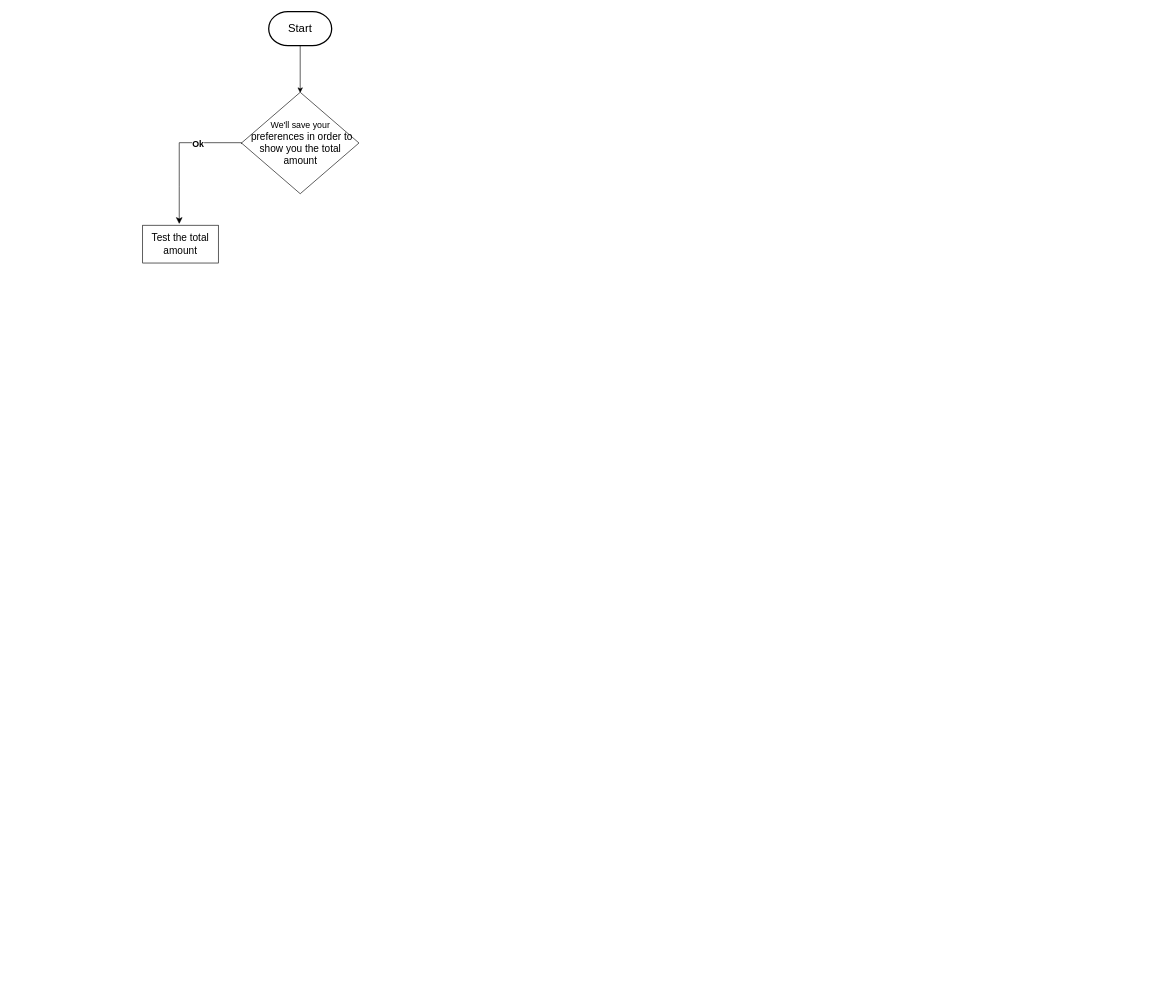
The draw.io diagram DIAGRAMMING & FLOWCHARTING/Transaction Completion Process.drawio in Xhevahir2002/Personal_Projects, before the edit. Source tidied: cells renumbered, new cells numbered last; positions are measured from the earlier drawing's top-left corner, leaving out a move shared by most shapes. Both pictures are drawn from the tidied source at 63%, with x=0, y=0 at pixel (142, 11).
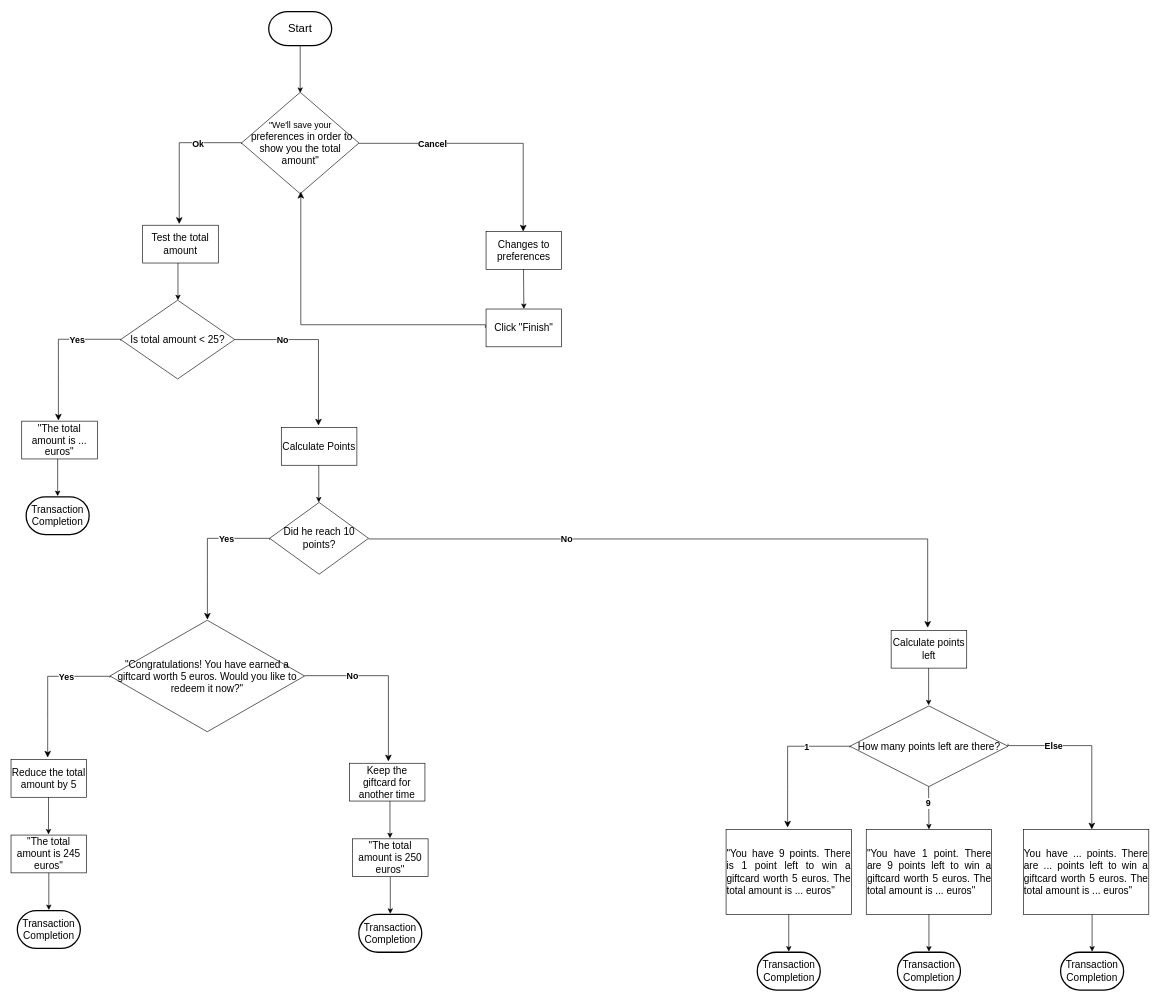
The same page after the edit.

Change to the diagram source:
```diff
@@
-    <mxCell id="6" value="&lt;font style=&quot;font-size: 14px;&quot;&gt;We'll save your&lt;/font&gt;&lt;div&gt;&lt;font size=&quot;3&quot;&gt;&amp;nbsp;preferences in order to show you the total amount&lt;/font&gt;&lt;/div&gt;" style="rhombus;whiteSpace=wrap;html=1;" parent="1" vertex="1">
+    <mxCell id="6" value="&lt;font style=&quot;font-size: 14px;&quot;&gt;&quot;We'll save your&lt;/font&gt;&lt;div&gt;&lt;font size=&quot;3&quot;&gt;&amp;nbsp;preferences in order to show you the total amount&quot;&lt;/font&gt;&lt;/div&gt;" style="rhombus;whiteSpace=wrap;html=1;" parent="1" vertex="1">
       <mxGeometry x="156.8" y="128" width="186.5" height="161" as="geometry" />
     </mxCell>
@@
+    <mxCell id="10" style="endArrow=classic;html=1;rounded=0;" parent="1" edge="1">
+      <mxGeometry relative="1" as="geometry">
+        <mxPoint x="56" y="399" as="sourcePoint" />
+        <mxPoint x="56" y="458" as="targetPoint" />
+      </mxGeometry>
+    </mxCell>
+    <mxCell id="11" value="&lt;font size=&quot;3&quot;&gt;Is total amount &amp;lt; 25?&lt;/font&gt;" style="rhombus;whiteSpace=wrap;html=1;align=center;" parent="1" vertex="1">
+      <mxGeometry x="-35" y="458" width="181" height="125" as="geometry" />
+    </mxCell>
+    <mxCell id="12" style="edgeStyle=segmentEdgeStyle;endArrow=classic;html=1;curved=0;rounded=0;endSize=8;startSize=8;" parent="1" edge="1">
+      <mxGeometry relative="1" as="geometry">
+        <mxPoint x="-35.1" y="522" as="sourcePoint" />
+        <mxPoint x="-133.8" y="649" as="targetPoint" />
+        <Array as="points">
+          <mxPoint x="-34.8" y="520" />
+          <mxPoint x="-133.8" y="520" />
+          <mxPoint x="-133.8" y="589" />
+        </Array>
+      </mxGeometry>
+    </mxCell>
+    <mxCell id="13" value="&lt;font style=&quot;font-size: 14px;&quot;&gt;&lt;b&gt;Yes&lt;/b&gt;&lt;/font&gt;" style="edgeLabel;html=1;align=center;verticalAlign=middle;" parent="12" vertex="1">
+      <mxGeometry x="-0.37" y="-3" relative="1" as="geometry">
+        <mxPoint x="1" y="4" as="offset" />
+      </mxGeometry>
+    </mxCell>
+    <mxCell id="14" value="&lt;div style=&quot;&quot;&gt;&lt;span style=&quot;font-size: medium; background-color: initial;&quot;&gt;&quot;The total amount is ... euros&quot;&lt;/span&gt;&lt;/div&gt;" style="rounded=0;whiteSpace=wrap;html=1;align=center;" parent="1" vertex="1">
+      <mxGeometry x="-192" y="650" width="120" height="60" as="geometry" />
+    </mxCell>
+    <mxCell id="15" style="edgeStyle=segmentEdgeStyle;endArrow=classic;html=1;curved=0;rounded=0;endSize=8;startSize=8;exitX=1;exitY=0.5;exitDx=0;exitDy=0;" parent="1" edge="1" source="11">
+      <mxGeometry relative="1" as="geometry">
+        <mxPoint x="279" y="657" as="targetPoint" />
+        <Array as="points">
+          <mxPoint x="279" y="521" />
+          <mxPoint x="279" y="657" />
+        </Array>
+      </mxGeometry>
+    </mxCell>
+    <mxCell id="16" value="&lt;font style=&quot;font-size: 14px;&quot;&gt;&lt;b&gt;No&lt;/b&gt;&lt;/font&gt;" style="edgeLabel;html=1;align=center;verticalAlign=middle;" parent="15" vertex="1">
+      <mxGeometry x="-0.37" y="-3" relative="1" as="geometry">
+        <mxPoint x="-10" y="-3" as="offset" />
+      </mxGeometry>
+    </mxCell>
+    <mxCell id="17" value="&lt;font size=&quot;3&quot;&gt;Calculate Points&lt;/font&gt;" style="rounded=0;whiteSpace=wrap;html=1;" parent="1" vertex="1">
+      <mxGeometry x="220" y="660" width="120" height="60" as="geometry" />
+    </mxCell>
+    <mxCell id="18" style="endArrow=classic;html=1;rounded=0;" parent="1" edge="1">
+      <mxGeometry relative="1" as="geometry">
+        <mxPoint x="279.5" y="720" as="sourcePoint" />
+        <mxPoint x="279.5" y="779" as="targetPoint" />
+      </mxGeometry>
+    </mxCell>
+    <mxCell id="19" value="&lt;font size=&quot;3&quot;&gt;Did he reach 10 points?&lt;/font&gt;" style="rhombus;whiteSpace=wrap;html=1;" parent="1" vertex="1">
+      <mxGeometry x="201.5" y="779" width="157" height="114" as="geometry" />
+    </mxCell>
+    <mxCell id="20" style="endArrow=classic;html=1;rounded=0;" parent="1" edge="1">
+      <mxGeometry relative="1" as="geometry">
+        <mxPoint x="-135" y="710" as="sourcePoint" />
+        <mxPoint x="-135" y="769" as="targetPoint" />
+      </mxGeometry>
+    </mxCell>
+    <mxCell id="21" value="&lt;font size=&quot;3&quot;&gt;Transaction Completion&lt;/font&gt;" style="strokeWidth=2;html=1;shape=mxgraph.flowchart.terminator;whiteSpace=wrap;" parent="1" vertex="1">
+      <mxGeometry x="-185" y="770" width="100" height="60" as="geometry" />
+    </mxCell>
+    <mxCell id="22" style="edgeStyle=segmentEdgeStyle;endArrow=classic;html=1;curved=0;rounded=0;endSize=8;startSize=8;" parent="1" edge="1">
+      <mxGeometry relative="1" as="geometry">
+        <mxPoint x="201.4" y="838" as="sourcePoint" />
+        <mxPoint x="102.7" y="965" as="targetPoint" />
+        <Array as="points">
+          <mxPoint x="201.7" y="836" />
+          <mxPoint x="102.7" y="836" />
+          <mxPoint x="102.7" y="905" />
+        </Array>
+      </mxGeometry>
+    </mxCell>
+    <mxCell id="23" value="&lt;font style=&quot;font-size: 14px;&quot;&gt;&lt;b&gt;Yes&lt;/b&gt;&lt;/font&gt;" style="edgeLabel;html=1;align=center;verticalAlign=middle;" parent="22" vertex="1">
+      <mxGeometry x="-0.37" y="-3" relative="1" as="geometry">
+        <mxPoint x="1" y="4" as="offset" />
+      </mxGeometry>
+    </mxCell>
+    <mxCell id="24" value="&lt;font size=&quot;3&quot;&gt;&quot;Congratulations! You have earned a giftcard worth 5 euros. Would you like to redeem it now?&quot;&lt;/font&gt;" style="rhombus;whiteSpace=wrap;html=1;align=center;" parent="1" vertex="1">
+      <mxGeometry x="-52" y="966" width="309" height="177" as="geometry" />
+    </mxCell>
+    <mxCell id="25" style="edgeStyle=segmentEdgeStyle;endArrow=classic;html=1;curved=0;rounded=0;endSize=8;startSize=8;" parent="1" edge="1">
+      <mxGeometry relative="1" as="geometry">
+        <mxPoint x="-52.1" y="1057" as="sourcePoint" />
+        <mxPoint x="-150.8" y="1184" as="targetPoint" />
+        <Array as="points">
+          <mxPoint x="-51.8" y="1055" />
+          <mxPoint x="-150.8" y="1055" />
+          <mxPoint x="-150.8" y="1124" />
+        </Array>
+      </mxGeometry>
+    </mxCell>
+    <mxCell id="26" value="&lt;font style=&quot;font-size: 14px;&quot;&gt;&lt;b&gt;Yes&lt;/b&gt;&lt;/font&gt;" style="edgeLabel;html=1;align=center;verticalAlign=middle;" parent="25" vertex="1">
+      <mxGeometry x="-0.37" y="-3" relative="1" as="geometry">
+        <mxPoint x="1" y="4" as="offset" />
+      </mxGeometry>
+    </mxCell>
+    <mxCell id="27" value="&lt;font size=&quot;3&quot;&gt;Reduce the total amount by 5&lt;/font&gt;" style="rounded=0;whiteSpace=wrap;html=1;" parent="1" vertex="1">
+      <mxGeometry x="-209" y="1187" width="120" height="60" as="geometry" />
+    </mxCell>
+    <mxCell id="28" style="endArrow=classic;html=1;rounded=0;" parent="1" edge="1">
+      <mxGeometry relative="1" as="geometry">
+        <mxPoint x="-149.5" y="1247" as="sourcePoint" />
+        <mxPoint x="-149.5" y="1306" as="targetPoint" />
+      </mxGeometry>
+    </mxCell>
+    <mxCell id="29" value="&lt;div style=&quot;&quot;&gt;&lt;span style=&quot;font-size: medium; background-color: initial;&quot;&gt;&quot;The total amount is 245 euros&quot;&lt;/span&gt;&lt;/div&gt;" style="rounded=0;whiteSpace=wrap;html=1;align=center;" parent="1" vertex="1">
+      <mxGeometry x="-209" y="1307" width="120" height="60" as="geometry" />
+    </mxCell>
+    <mxCell id="30" style="endArrow=classic;html=1;rounded=0;" parent="1" edge="1">
+      <mxGeometry relative="1" as="geometry">
+        <mxPoint x="-149" y="1367" as="sourcePoint" />
+        <mxPoint x="-149" y="1426" as="targetPoint" />
+      </mxGeometry>
+    </mxCell>
+    <mxCell id="31" value="&lt;font size=&quot;3&quot;&gt;Transaction Completion&lt;/font&gt;" style="strokeWidth=2;html=1;shape=mxgraph.flowchart.terminator;whiteSpace=wrap;" parent="1" vertex="1">
+      <mxGeometry x="-199" y="1427" width="100" height="60" as="geometry" />
+    </mxCell>
+    <mxCell id="32" style="edgeStyle=segmentEdgeStyle;endArrow=classic;html=1;curved=0;rounded=0;endSize=8;startSize=8;exitX=1;exitY=0.5;exitDx=0;exitDy=0;" parent="1" edge="1">
+      <mxGeometry relative="1" as="geometry">
+        <mxPoint x="257" y="1054" as="sourcePoint" />
+        <mxPoint x="390" y="1190" as="targetPoint" />
+        <Array as="points">
+          <mxPoint x="390" y="1054" />
+          <mxPoint x="390" y="1190" />
+        </Array>
+      </mxGeometry>
+    </mxCell>
+    <mxCell id="33" value="&lt;font style=&quot;font-size: 14px;&quot;&gt;&lt;b&gt;No&lt;/b&gt;&lt;/font&gt;" style="edgeLabel;html=1;align=center;verticalAlign=middle;" parent="32" vertex="1">
+      <mxGeometry x="-0.37" y="-3" relative="1" as="geometry">
+        <mxPoint x="-10" y="-3" as="offset" />
+      </mxGeometry>
+    </mxCell>
+    <mxCell id="34" value="&lt;font size=&quot;3&quot;&gt;Keep the giftcard for another time&lt;/font&gt;" style="rounded=0;whiteSpace=wrap;html=1;" parent="1" vertex="1">
+      <mxGeometry x="328" y="1193" width="120" height="60" as="geometry" />
+    </mxCell>
+    <mxCell id="35" value="&lt;font size=&quot;3&quot;&gt;Transaction Completion&lt;/font&gt;" style="strokeWidth=2;html=1;shape=mxgraph.flowchart.terminator;whiteSpace=wrap;" parent="1" vertex="1">
+      <mxGeometry x="343" y="1433" width="100" height="60" as="geometry" />
+    </mxCell>
+    <mxCell id="36" style="endArrow=classic;html=1;rounded=0;" parent="1" edge="1">
+      <mxGeometry relative="1" as="geometry">
+        <mxPoint x="393" y="1373" as="sourcePoint" />
+        <mxPoint x="393" y="1432" as="targetPoint" />
+      </mxGeometry>
+    </mxCell>
+    <mxCell id="37" value="&lt;div style=&quot;&quot;&gt;&lt;span style=&quot;font-size: medium; background-color: initial;&quot;&gt;&quot;The total amount is 250 euros&quot;&lt;/span&gt;&lt;/div&gt;" style="rounded=0;whiteSpace=wrap;html=1;align=center;" parent="1" vertex="1">
+      <mxGeometry x="333" y="1313" width="120" height="60" as="geometry" />
+    </mxCell>
+    <mxCell id="38" style="endArrow=classic;html=1;rounded=0;" parent="1" edge="1">
+      <mxGeometry relative="1" as="geometry">
+        <mxPoint x="392.5" y="1253" as="sourcePoint" />
+        <mxPoint x="392.5" y="1312" as="targetPoint" />
+      </mxGeometry>
+    </mxCell>
+    <mxCell id="39" style="edgeStyle=segmentEdgeStyle;endArrow=classic;html=1;curved=0;rounded=0;endSize=8;startSize=8;exitX=1;exitY=0.5;exitDx=0;exitDy=0;" parent="1" edge="1">
+      <mxGeometry relative="1" as="geometry">
+        <mxPoint x="358.5" y="837" as="sourcePoint" />
+        <mxPoint x="1246" y="978" as="targetPoint" />
+        <Array as="points">
+          <mxPoint x="1246" y="837" />
+          <mxPoint x="1246" y="973" />
+        </Array>
+      </mxGeometry>
+    </mxCell>
+    <mxCell id="40" value="&lt;font style=&quot;font-size: 14px;&quot;&gt;&lt;b&gt;No&lt;/b&gt;&lt;/font&gt;" style="edgeLabel;html=1;align=center;verticalAlign=middle;" parent="39" vertex="1">
+      <mxGeometry x="-0.37" y="-3" relative="1" as="geometry">
+        <mxPoint x="-10" y="-3" as="offset" />
+      </mxGeometry>
+    </mxCell>
+    <mxCell id="41" value="&lt;font size=&quot;3&quot;&gt;Calculate points left&lt;/font&gt;" style="rounded=0;whiteSpace=wrap;html=1;" parent="1" vertex="1">
+      <mxGeometry x="1188" y="982" width="120" height="60" as="geometry" />
+    </mxCell>
+    <mxCell id="42" style="endArrow=classic;html=1;rounded=0;" parent="1" edge="1">
+      <mxGeometry relative="1" as="geometry">
+        <mxPoint x="1247.5" y="1042" as="sourcePoint" />
+        <mxPoint x="1247.5" y="1101" as="targetPoint" />
+      </mxGeometry>
+    </mxCell>
+    <mxCell id="43" value="&lt;font size=&quot;3&quot;&gt;How many points left are there?&lt;/font&gt;" style="rhombus;whiteSpace=wrap;html=1;" parent="1" vertex="1">
+      <mxGeometry x="1122.5" y="1102" width="251" height="128" as="geometry" />
+    </mxCell>
+    <mxCell id="44" style="edgeStyle=segmentEdgeStyle;endArrow=classic;html=1;curved=0;rounded=0;endSize=8;startSize=8;" parent="1" edge="1">
+      <mxGeometry relative="1" as="geometry">
+        <mxPoint x="1122.5" y="1168" as="sourcePoint" />
+        <mxPoint x="1023.7" y="1295" as="targetPoint" />
+        <Array as="points">
+          <mxPoint x="1122.7" y="1166" />
+          <mxPoint x="1023.7" y="1166" />
+          <mxPoint x="1023.7" y="1235" />
+        </Array>
+      </mxGeometry>
+    </mxCell>
+    <mxCell id="45" value="&lt;font style=&quot;font-size: 14px;&quot;&gt;&lt;b&gt;1&lt;/b&gt;&lt;/font&gt;" style="edgeLabel;html=1;align=center;verticalAlign=middle;" parent="44" vertex="1">
+      <mxGeometry x="-0.37" y="-3" relative="1" as="geometry">
+        <mxPoint x="1" y="4" as="offset" />
+      </mxGeometry>
+    </mxCell>
+    <mxCell id="46" value="&lt;div style=&quot;text-align: justify;&quot;&gt;&lt;span style=&quot;font-size: medium; background-color: initial;&quot;&gt;&quot;You have 9 points. There is 1 point left to win a giftcard worth 5 euros. The total amount is ... euros&quot;&lt;/span&gt;&lt;/div&gt;" style="rounded=0;whiteSpace=wrap;html=1;" parent="1" vertex="1">
+      <mxGeometry x="926" y="1298" width="199" height="135" as="geometry" />
+    </mxCell>
+    <mxCell id="47" style="endArrow=classic;html=1;rounded=0;entryX=0.5;entryY=0;entryDx=0;entryDy=0;" parent="1" edge="1" target="49">
+      <mxGeometry relative="1" as="geometry">
+        <mxPoint x="1247.5" y="1230" as="sourcePoint" />
+      </mxGeometry>
+    </mxCell>
+    <mxCell id="48" value="&lt;font style=&quot;font-size: 14px;&quot;&gt;&lt;b&gt;9&lt;/b&gt;&lt;/font&gt;" style="edgeLabel;html=1;align=center;verticalAlign=middle;" parent="47" vertex="1">
+      <mxGeometry x="-0.31" y="-3" relative="1" as="geometry">
+        <mxPoint x="2" y="3" as="offset" />
+      </mxGeometry>
+    </mxCell>
+    <mxCell id="49" value="&lt;div style=&quot;text-align: justify;&quot;&gt;&lt;font size=&quot;3&quot;&gt;&quot;You have 1 point. There are 9 points left to win a giftcard worth 5 euros. The total amount is ... euros&quot;&lt;/font&gt;&lt;br&gt;&lt;/div&gt;" style="rounded=0;whiteSpace=wrap;html=1;" parent="1" vertex="1">
+      <mxGeometry x="1148.5" y="1298" width="199" height="135" as="geometry" />
+    </mxCell>
+    <mxCell id="50" style="edgeStyle=segmentEdgeStyle;endArrow=classic;html=1;curved=0;rounded=0;endSize=8;startSize=8;exitX=1;exitY=0.5;exitDx=0;exitDy=0;" parent="1" edge="1">
+      <mxGeometry relative="1" as="geometry">
+        <mxPoint x="1373.5" y="1162" as="sourcePoint" />
+        <mxPoint x="1506.5" y="1298" as="targetPoint" />
+        <Array as="points">
+          <mxPoint x="1374" y="1165" />
+          <mxPoint x="1507" y="1165" />
+        </Array>
+      </mxGeometry>
+    </mxCell>
+    <mxCell id="51" value="&lt;font style=&quot;font-size: 14px;&quot;&gt;&lt;b&gt;Else&lt;/b&gt;&lt;/font&gt;" style="edgeLabel;html=1;align=center;verticalAlign=middle;" parent="50" vertex="1">
+      <mxGeometry x="-0.37" y="-3" relative="1" as="geometry">
+        <mxPoint x="-10" y="-3" as="offset" />
+      </mxGeometry>
+    </mxCell>
+    <mxCell id="52" value="&lt;div style=&quot;text-align: justify;&quot;&gt;&lt;font size=&quot;3&quot;&gt;You have ... points. There are ... points left to win a giftcard worth 5 euros. The total amount is ... euros&quot;&lt;/font&gt;&lt;br&gt;&lt;/div&gt;" style="rounded=0;whiteSpace=wrap;html=1;" parent="1" vertex="1">
+      <mxGeometry x="1398" y="1298" width="199" height="135" as="geometry" />
+    </mxCell>
+    <mxCell id="53" style="endArrow=classic;html=1;rounded=0;" parent="1" edge="1">
+      <mxGeometry relative="1" as="geometry">
+        <mxPoint x="1507" y="1433" as="sourcePoint" />
+        <mxPoint x="1507" y="1492" as="targetPoint" />
+      </mxGeometry>
+    </mxCell>
+    <mxCell id="54" value="&lt;font size=&quot;3&quot;&gt;Transaction Completion&lt;/font&gt;" style="strokeWidth=2;html=1;shape=mxgraph.flowchart.terminator;whiteSpace=wrap;" parent="1" vertex="1">
+      <mxGeometry x="1457" y="1493" width="100" height="60" as="geometry" />
+    </mxCell>
+    <mxCell id="55" style="endArrow=classic;html=1;rounded=0;" parent="1" edge="1">
+      <mxGeometry relative="1" as="geometry">
+        <mxPoint x="1248" y="1433" as="sourcePoint" />
+        <mxPoint x="1248" y="1492" as="targetPoint" />
+      </mxGeometry>
+    </mxCell>
+    <mxCell id="56" value="&lt;font size=&quot;3&quot;&gt;Transaction Completion&lt;/font&gt;" style="strokeWidth=2;html=1;shape=mxgraph.flowchart.terminator;whiteSpace=wrap;" parent="1" vertex="1">
+      <mxGeometry x="1198" y="1493" width="100" height="60" as="geometry" />
+    </mxCell>
+    <mxCell id="57" style="endArrow=classic;html=1;rounded=0;" parent="1" edge="1">
+      <mxGeometry relative="1" as="geometry">
+        <mxPoint x="1025.5" y="1433" as="sourcePoint" />
+        <mxPoint x="1025.5" y="1492" as="targetPoint" />
+      </mxGeometry>
+    </mxCell>
+    <mxCell id="58" value="&lt;font size=&quot;3&quot;&gt;Transaction Completion&lt;/font&gt;" style="strokeWidth=2;html=1;shape=mxgraph.flowchart.terminator;whiteSpace=wrap;" parent="1" vertex="1">
+      <mxGeometry x="975.5" y="1493" width="100" height="60" as="geometry" />
+    </mxCell>
+    <mxCell id="59" style="edgeStyle=segmentEdgeStyle;endArrow=classic;html=1;curved=0;rounded=0;endSize=8;startSize=8;exitX=1;exitY=0.5;exitDx=0;exitDy=0;" parent="1" edge="1">
+      <mxGeometry relative="1" as="geometry">
+        <mxPoint x="343.2" y="209" as="sourcePoint" />
+        <mxPoint x="604" y="349" as="targetPoint" />
+        <Array as="points">
+          <mxPoint x="604" y="209" />
+          <mxPoint x="604" y="345" />
+        </Array>
+      </mxGeometry>
+    </mxCell>
+    <mxCell id="60" value="&lt;font style=&quot;font-size: 14px;&quot;&gt;&lt;b&gt;Cancel&lt;/b&gt;&lt;/font&gt;" style="edgeLabel;html=1;align=center;verticalAlign=middle;" parent="59" vertex="1">
+      <mxGeometry x="-0.37" y="-3" relative="1" as="geometry">
+        <mxPoint x="-10" y="-3" as="offset" />
+      </mxGeometry>
+    </mxCell>
+    <mxCell id="61" value="&lt;font size=&quot;3&quot;&gt;Changes to preferences&lt;/font&gt;" style="rounded=0;whiteSpace=wrap;html=1;" parent="1" vertex="1">
+      <mxGeometry x="545" y="349" width="120" height="60" as="geometry" />
+    </mxCell>
+    <mxCell id="62" style="endArrow=classic;html=1;rounded=0;entryX=0.5;entryY=0;entryDx=0;entryDy=0;" parent="1" edge="1" target="63">
+      <mxGeometry relative="1" as="geometry">
+        <mxPoint x="604.5" y="409" as="sourcePoint" />
+      </mxGeometry>
+    </mxCell>
+    <mxCell id="63" value="&lt;font size=&quot;3&quot;&gt;Click &quot;Finish&quot;&lt;/font&gt;" style="rounded=0;whiteSpace=wrap;html=1;" parent="1" vertex="1">
+      <mxGeometry x="545" y="472" width="120" height="60" as="geometry" />
+    </mxCell>
+    <mxCell id="64" style="edgeStyle=elbowEdgeStyle;elbow=vertical;endArrow=classic;html=1;curved=0;rounded=0;endSize=8;startSize=8;entryX=0.505;entryY=0.981;entryDx=0;entryDy=0;entryPerimeter=0;" parent="1" edge="1" target="6">
+      <mxGeometry relative="1" as="geometry">
+        <mxPoint x="544" y="502" as="sourcePoint" />
+        <Array as="points">
+          <mxPoint x="481" y="497" />
+        </Array>
+      </mxGeometry>
+    </mxCell>
```
